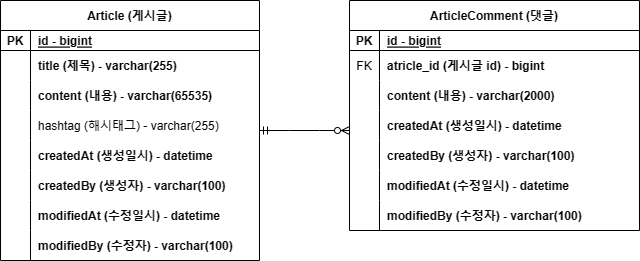
This is document/project-board-erd.png from Kimminhyeo/project-board, a draw.io export, as it was before one commit. Source tidied: cells renumbered, new cells last; positions are measured from the earlier drawing's top-left corner, leaving out a move shared by most shapes.
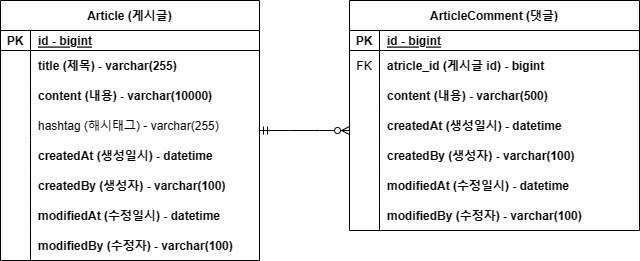
Later version of the same file.

Commit message:
사이즈 변경-project-board-erd.png 업데이트

Diff of the diagram source:
```diff
@@ -29,7 +29,7 @@
     <mxCell id="10" style="shape=partialRectangle;fillColor=none;top=0;left=0;bottom=0;right=0;overflow=hidden;" parent="9" vertex="1">
       <mxGeometry width="30" height="30" as="geometry" />
     </mxCell>
-    <mxCell id="11" value="content (내용) - varchar(65535)" style="shape=partialRectangle;fillColor=none;top=0;left=0;bottom=0;right=0;align=left;spacingLeft=6;overflow=hidden;fontStyle=1;" parent="9" vertex="1">
+    <mxCell id="11" value="content (내용) - varchar(10000)" style="shape=partialRectangle;fillColor=none;top=0;left=0;bottom=0;right=0;align=left;spacingLeft=6;overflow=hidden;fontStyle=1;" parent="9" vertex="1">
       <mxGeometry x="30" width="229" height="30" as="geometry" />
     </mxCell>
     <mxCell id="12" style="shape=tableRow;horizontal=0;startSize=0;swimlaneHead=0;swimlaneBody=0;fillColor=none;top=0;left=0;right=0;bottom=0;" parent="2" vertex="1">
@@ -104,7 +104,7 @@
     <mxCell id="35" style="shape=partialRectangle;fillColor=none;top=0;left=0;bottom=0;right=0;overflow=hidden;" parent="34" vertex="1">
       <mxGeometry width="30" height="30" as="geometry" />
     </mxCell>
-    <mxCell id="36" value="content (내용) - varchar(2000)" style="shape=partialRectangle;fillColor=none;top=0;left=0;bottom=0;right=0;align=left;spacingLeft=6;overflow=hidden;fontStyle=1;" parent="34" vertex="1">
+    <mxCell id="36" value="content (내용) - varchar(500)" style="shape=partialRectangle;fillColor=none;top=0;left=0;bottom=0;right=0;align=left;spacingLeft=6;overflow=hidden;fontStyle=1;" parent="34" vertex="1">
       <mxGeometry x="30" width="260" height="30" as="geometry" />
     </mxCell>
     <mxCell id="37" style="shape=tableRow;horizontal=0;startSize=0;swimlaneHead=0;swimlaneBody=0;fillColor=none;top=0;left=0;right=0;bottom=0;" parent="27" vertex="1">
```
